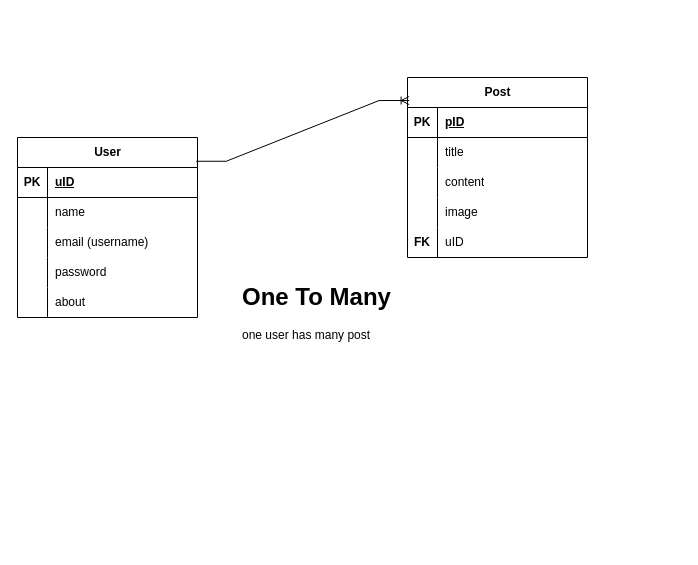
Above: Blog Application.drawio in PG-Dac-Project/PG-DAC-Project (draw.io), before the change. Source tidied: cells renumbered, new cells numbered last; positions are measured from the earlier drawing's top-left corner, leaving out a move shared by most shapes. Both pictures are drawn from the tidied source at 100%, with x=0, y=0 at pixel (17, 77).
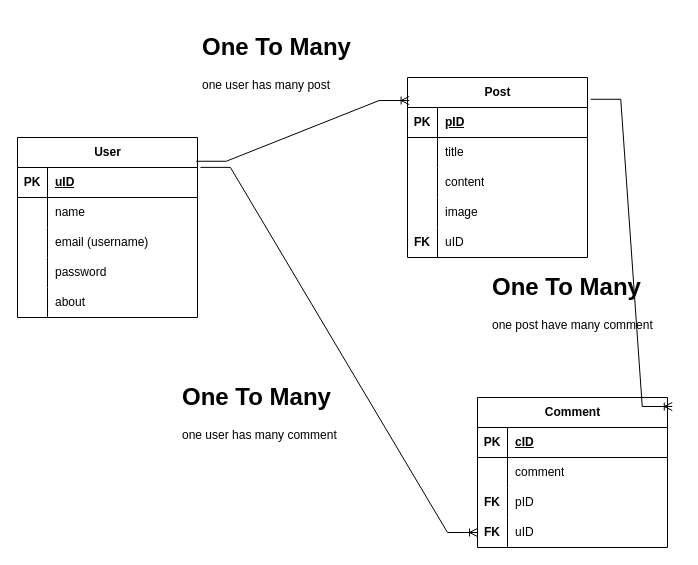
Above is the later version.

The change refers to these unchanged cells:
```xml
<mxCell id="2" value="User" style="shape=table;startSize=30;childLayout=tableLayout;rowLines=0;fontStyle=1;align=center;html=1;" parent="1" vertex="1">
  <mxGeometry y="60" width="180" height="180" as="geometry" />
</mxCell>
<mxCell id="18" value="Post" style="shape=table;startSize=30;childLayout=tableLayout;rowLines=0;fontStyle=1;align=center;html=1;" parent="1" vertex="1">
  <mxGeometry x="390" width="180" height="180" as="geometry" />
</mxCell>
```

What changed in the source:
```diff
@@
     <mxCell id="35" value="&lt;h1&gt;One To Many&lt;/h1&gt;&lt;div&gt;one user has many post&lt;/div&gt;" style="text;html=1;strokeColor=none;fillColor=none;spacing=5;spacingTop=-20;whiteSpace=wrap;overflow=hidden;rounded=0;" parent="1" vertex="1">
-      <mxGeometry x="220" y="200" width="190" height="120" as="geometry" />
+      <mxGeometry x="180" y="-50" width="190" height="120" as="geometry" />
     </mxCell>
+    <mxCell id="36" value="Comment" style="shape=table;startSize=30;childLayout=tableLayout;rowLines=0;fontStyle=1;align=center;html=1;" parent="1" vertex="1">
+      <mxGeometry x="460" y="320" width="190" height="150" as="geometry" />
+    </mxCell>
+    <mxCell id="37" style="shape=tableRow;horizontal=0;startSize=0;swimlaneHead=0;swimlaneBody=0;fillColor=none;top=0;left=0;right=0;bottom=1;" parent="36" vertex="1">
+      <mxGeometry y="30" width="190" height="30" as="geometry" />
+    </mxCell>
+    <mxCell id="38" value="PK" style="shape=partialRectangle;fillColor=none;top=0;left=0;bottom=0;right=0;fontStyle=1;overflow=hidden;whiteSpace=wrap;html=1;" parent="37" vertex="1">
+      <mxGeometry width="30" height="30" as="geometry" />
+    </mxCell>
+    <mxCell id="39" value="cID" style="shape=partialRectangle;fillColor=none;top=0;left=0;bottom=0;right=0;align=left;spacingLeft=6;fontStyle=5;overflow=hidden;whiteSpace=wrap;html=1;" parent="37" vertex="1">
+      <mxGeometry x="30" width="160" height="30" as="geometry" />
+    </mxCell>
+    <mxCell id="40" style="shape=tableRow;horizontal=0;startSize=0;swimlaneHead=0;swimlaneBody=0;fillColor=none;top=0;left=0;right=0;bottom=0;" parent="36" vertex="1">
+      <mxGeometry y="60" width="190" height="30" as="geometry" />
+    </mxCell>
+    <mxCell id="41" style="shape=partialRectangle;fillColor=none;top=0;left=0;bottom=0;right=0;overflow=hidden;whiteSpace=wrap;html=1;" parent="40" vertex="1">
+      <mxGeometry width="30" height="30" as="geometry" />
+    </mxCell>
+    <mxCell id="42" value="comment" style="shape=partialRectangle;fillColor=none;top=0;left=0;bottom=0;right=0;align=left;spacingLeft=6;overflow=hidden;whiteSpace=wrap;html=1;" parent="40" vertex="1">
+      <mxGeometry x="30" width="160" height="30" as="geometry" />
+    </mxCell>
+    <mxCell id="43" style="shape=tableRow;horizontal=0;startSize=0;swimlaneHead=0;swimlaneBody=0;fillColor=none;top=0;left=0;right=0;bottom=0;" parent="36" vertex="1">
+      <mxGeometry y="90" width="190" height="30" as="geometry" />
+    </mxCell>
+    <mxCell id="44" value="&lt;b&gt;FK&lt;/b&gt;" style="shape=partialRectangle;fillColor=none;top=0;left=0;bottom=0;right=0;overflow=hidden;whiteSpace=wrap;html=1;" parent="43" vertex="1">
+      <mxGeometry width="30" height="30" as="geometry" />
+    </mxCell>
+    <mxCell id="45" value="pID" style="shape=partialRectangle;fillColor=none;top=0;left=0;bottom=0;right=0;align=left;spacingLeft=6;overflow=hidden;whiteSpace=wrap;html=1;" parent="43" vertex="1">
+      <mxGeometry x="30" width="160" height="30" as="geometry" />
+    </mxCell>
+    <mxCell id="46" style="shape=tableRow;horizontal=0;startSize=0;swimlaneHead=0;swimlaneBody=0;fillColor=none;points=[[0,0.5],[1,0.5]];portConstraint=eastwest;top=0;left=0;right=0;bottom=0;" parent="36" vertex="1">
+      <mxGeometry y="120" width="190" height="30" as="geometry" />
+    </mxCell>
+    <mxCell id="47" value="&lt;b&gt;FK&lt;/b&gt;" style="shape=partialRectangle;fillColor=none;top=0;left=0;bottom=0;right=0;overflow=hidden;whiteSpace=wrap;html=1;" parent="46" vertex="1">
+      <mxGeometry width="30" height="30" as="geometry" />
+    </mxCell>
+    <mxCell id="48" value="uID" style="shape=partialRectangle;fillColor=none;top=0;left=0;bottom=0;right=0;align=left;spacingLeft=6;overflow=hidden;whiteSpace=wrap;html=1;" parent="46" vertex="1">
+      <mxGeometry x="30" width="160" height="30" as="geometry" />
+    </mxCell>
+    <mxCell id="49" style="edgeStyle=entityRelationEdgeStyle;fontSize=12;html=1;endArrow=ERoneToMany;rounded=0;exitX=1.016;exitY=0.166;exitDx=0;exitDy=0;exitPerimeter=0;entryX=0;entryY=0.5;entryDx=0;entryDy=0;" parent="1" edge="1" source="2" target="46">
+      <mxGeometry relative="1" as="geometry">
+        <Array as="points">
+          <mxPoint x="211.3" y="437" />
+        </Array>
+      </mxGeometry>
+    </mxCell>
+    <mxCell id="50" style="edgeStyle=entityRelationEdgeStyle;fontSize=12;html=1;endArrow=ERoneToMany;rounded=0;exitX=1.018;exitY=0.121;exitDx=0;exitDy=0;exitPerimeter=0;entryX=1.025;entryY=0.06;entryDx=0;entryDy=0;entryPerimeter=0;" parent="1" edge="1" source="18" target="36">
+      <mxGeometry relative="1" as="geometry">
+        <Array as="points">
+          <mxPoint x="739" y="263.7" />
+          <mxPoint x="679.3" y="174.9" />
+          <mxPoint x="709.3" y="278.9" />
+        </Array>
+      </mxGeometry>
+    </mxCell>
+    <mxCell id="51" value="&lt;h1&gt;One To Many&lt;/h1&gt;&lt;div&gt;one user has many comment&lt;/div&gt;" style="text;html=1;strokeColor=none;fillColor=none;spacing=5;spacingTop=-20;whiteSpace=wrap;overflow=hidden;rounded=0;" parent="1" vertex="1">
+      <mxGeometry x="160" y="300" width="190" height="120" as="geometry" />
+    </mxCell>
+    <mxCell id="52" value="&lt;h1&gt;One To Many&lt;/h1&gt;&lt;div&gt;one post have many comment&lt;/div&gt;" style="text;html=1;strokeColor=none;fillColor=none;spacing=5;spacingTop=-20;whiteSpace=wrap;overflow=hidden;rounded=0;" parent="1" vertex="1">
+      <mxGeometry x="470" y="190" width="190" height="120" as="geometry" />
+    </mxCell>
```
